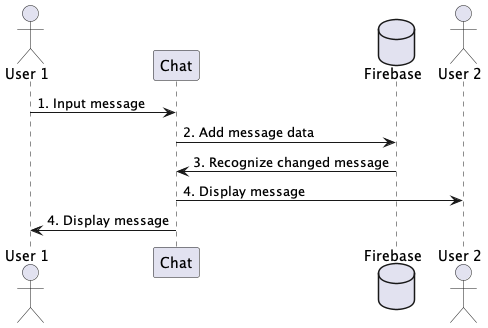
The PlantUML diagram sequences_diagram/seqeunce04.png in HobbyHive/hobby-hive-uml, before a commit.
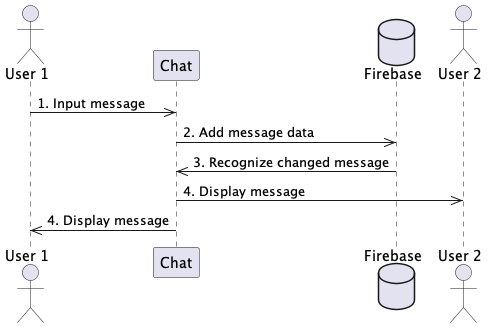
The same file after the commit.

What changed in the source:
```diff
@@ -4,10 +4,10 @@
 database "Firebase" as F
 actor "User 2" as U2
 
-U1 -> C: 1. Input message
-C -> F: 2. Add message data
-F -> C: 3. Recognize changed message
-C -> U2: 4. Display message
-C -> U1: 4. Display message
+U1 ->> C: 1. Input message
+C ->> F: 2. Add message data
+F ->> C: 3. Recognize changed message
+C ->> U2: 4. Display message
+C ->> U1: 4. Display message
 
 @enduml
```
